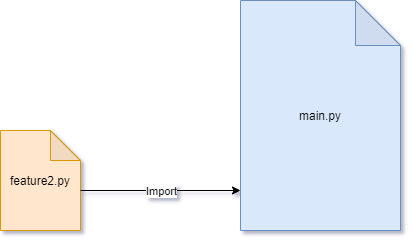
Before: docs/pics/ModulitF2.drawio.png, a diagram exported from draw.io (Raision-seudun-koulutuskuntayhtyma/Tietokannat). Source tidied: cells renumbered, new cells last; positions are measured from the earlier drawing's top-left corner, leaving out a move shared by most shapes.
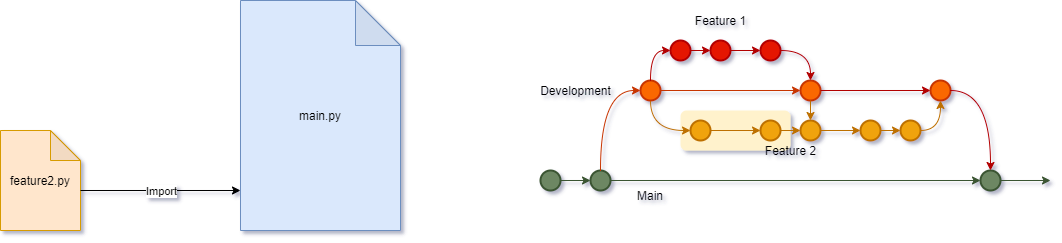
After the commit.

Change to the diagram source:
```diff
@@ -17,5 +17,135 @@
     <mxCell id="5" value="Import" style="edgeLabel;html=1;align=center;verticalAlign=middle;" parent="4" vertex="1">
       <mxGeometry relative="1" as="geometry" />
     </mxCell>
+    <mxCell id="6" style="group;" parent="1" vertex="1">
+      <mxGeometry x="530" y="10" width="520" height="200" as="geometry" />
+    </mxCell>
+    <mxCell id="7" style="rounded=1;whiteSpace=wrap;html=1;sketch=0;fillColor=#fff2cc;strokeColor=none;" parent="6" vertex="1">
+      <mxGeometry x="150" y="100" width="110" height="40" as="geometry" />
+    </mxCell>
+    <mxCell id="8" style="strokeWidth=2;html=1;shape=mxgraph.flowchart.start_2;whiteSpace=wrap;fillColor=#6d8764;strokeColor=#3A5431;fontColor=#ffffff;" parent="6" vertex="1">
+      <mxGeometry x="60" y="160" width="20" height="20" as="geometry" />
+    </mxCell>
+    <mxCell id="9" style="strokeWidth=2;html=1;shape=mxgraph.flowchart.start_2;whiteSpace=wrap;fillColor=#fa6800;strokeColor=#C73500;fontColor=#000000;" parent="6" vertex="1">
+      <mxGeometry x="110" y="70" width="20" height="20" as="geometry" />
+    </mxCell>
+    <mxCell id="10" style="edgeStyle=orthogonalEdgeStyle;curved=1;jettySize=auto;html=1;entryX=0;entryY=0.5;entryDx=0;entryDy=0;entryPerimeter=0;fillColor=#fa6800;strokeColor=#C73500;" parent="6" edge="1" source="8" target="9">
+      <mxGeometry relative="1" as="geometry">
+        <Array as="points">
+          <mxPoint x="70" y="80" />
+        </Array>
+      </mxGeometry>
+    </mxCell>
+    <mxCell id="11" style="strokeWidth=2;html=1;shape=mxgraph.flowchart.start_2;whiteSpace=wrap;fillColor=#e51400;strokeColor=#B20000;fontColor=#ffffff;" parent="6" vertex="1">
+      <mxGeometry x="140" y="30" width="20" height="20" as="geometry" />
+    </mxCell>
+    <mxCell id="12" style="edgeStyle=orthogonalEdgeStyle;curved=1;jettySize=auto;html=1;entryX=0;entryY=0.5;entryDx=0;entryDy=0;entryPerimeter=0;fillColor=#e51400;strokeColor=#B20000;" parent="6" edge="1" source="9" target="11">
+      <mxGeometry relative="1" as="geometry">
+        <Array as="points">
+          <mxPoint x="120" y="40" />
+        </Array>
+      </mxGeometry>
+    </mxCell>
+    <mxCell id="13" style="strokeWidth=2;html=1;shape=mxgraph.flowchart.start_2;whiteSpace=wrap;fillColor=#e51400;strokeColor=#B20000;fontColor=#ffffff;" parent="6" vertex="1">
+      <mxGeometry x="180" y="30" width="20" height="20" as="geometry" />
+    </mxCell>
+    <mxCell id="14" style="edgeStyle=orthogonalEdgeStyle;curved=1;jettySize=auto;html=1;entryX=0;entryY=0.5;entryDx=0;entryDy=0;entryPerimeter=0;fillColor=#e51400;strokeColor=#B20000;" parent="6" edge="1" source="11" target="13">
+      <mxGeometry relative="1" as="geometry" />
+    </mxCell>
+    <mxCell id="15" style="strokeWidth=2;html=1;shape=mxgraph.flowchart.start_2;whiteSpace=wrap;fillColor=#e51400;strokeColor=#B20000;fontColor=#ffffff;" parent="6" vertex="1">
+      <mxGeometry x="230" y="30" width="20" height="20" as="geometry" />
+    </mxCell>
+    <mxCell id="16" style="edgeStyle=orthogonalEdgeStyle;curved=1;jettySize=auto;html=1;entryX=0;entryY=0.5;entryDx=0;entryDy=0;entryPerimeter=0;fillColor=#e51400;strokeColor=#B20000;" parent="6" edge="1" source="13" target="15">
+      <mxGeometry relative="1" as="geometry" />
+    </mxCell>
+    <mxCell id="17" style="strokeWidth=2;html=1;shape=mxgraph.flowchart.start_2;whiteSpace=wrap;fillColor=#f0a30a;strokeColor=#BD7000;fontColor=#000000;" parent="6" vertex="1">
+      <mxGeometry x="160" y="110" width="20" height="20" as="geometry" />
+    </mxCell>
+    <mxCell id="18" style="edgeStyle=orthogonalEdgeStyle;curved=1;jettySize=auto;html=1;entryX=0;entryY=0.5;entryDx=0;entryDy=0;entryPerimeter=0;fillColor=#f0a30a;strokeColor=#BD7000;" parent="6" edge="1" source="9" target="17">
+      <mxGeometry relative="1" as="geometry">
+        <Array as="points">
+          <mxPoint x="120" y="120" />
+        </Array>
+      </mxGeometry>
+    </mxCell>
+    <mxCell id="19" style="strokeWidth=2;html=1;shape=mxgraph.flowchart.start_2;whiteSpace=wrap;fillColor=#f0a30a;strokeColor=#BD7000;fontColor=#000000;" parent="6" vertex="1">
+      <mxGeometry x="230" y="110" width="20" height="20" as="geometry" />
+    </mxCell>
+    <mxCell id="20" style="edgeStyle=orthogonalEdgeStyle;curved=1;jettySize=auto;html=1;entryX=0;entryY=0.5;entryDx=0;entryDy=0;entryPerimeter=0;fillColor=#f0a30a;strokeColor=#BD7000;" parent="6" edge="1" source="17" target="19">
+      <mxGeometry relative="1" as="geometry" />
+    </mxCell>
+    <mxCell id="21" style="strokeWidth=2;html=1;shape=mxgraph.flowchart.start_2;whiteSpace=wrap;fillColor=#f0a30a;strokeColor=#BD7000;fontColor=#000000;" parent="6" vertex="1">
+      <mxGeometry x="330" y="110" width="20" height="20" as="geometry" />
+    </mxCell>
+    <mxCell id="22" style="strokeWidth=2;html=1;shape=mxgraph.flowchart.start_2;whiteSpace=wrap;fillColor=#fa6800;strokeColor=#C73500;fontColor=#000000;" parent="6" vertex="1">
+      <mxGeometry x="270" y="70" width="20" height="20" as="geometry" />
+    </mxCell>
+    <mxCell id="23" style="edgeStyle=orthogonalEdgeStyle;curved=1;jettySize=auto;html=1;entryX=0;entryY=0.5;entryDx=0;entryDy=0;entryPerimeter=0;fillColor=#fa6800;strokeColor=#C73500;" parent="6" edge="1" source="9" target="22">
+      <mxGeometry relative="1" as="geometry" />
+    </mxCell>
+    <mxCell id="24" style="edgeStyle=orthogonalEdgeStyle;curved=1;jettySize=auto;html=1;entryX=0.5;entryY=0;entryDx=0;entryDy=0;entryPerimeter=0;fillColor=#e51400;strokeColor=#B20000;" parent="6" edge="1" source="15" target="22">
+      <mxGeometry relative="1" as="geometry" />
+    </mxCell>
+    <mxCell id="25" style="edgeStyle=orthogonalEdgeStyle;curved=1;jettySize=auto;html=1;fillColor=#f0a30a;strokeColor=#BD7000;" parent="6" edge="1" source="26">
+      <mxGeometry relative="1" as="geometry">
+        <mxPoint x="330" y="120" as="targetPoint" />
+      </mxGeometry>
+    </mxCell>
+    <mxCell id="26" style="strokeWidth=2;html=1;shape=mxgraph.flowchart.start_2;whiteSpace=wrap;fillColor=#f0a30a;strokeColor=#BD7000;fontColor=#000000;" parent="6" vertex="1">
+      <mxGeometry x="270" y="110" width="20" height="20" as="geometry" />
+    </mxCell>
+    <mxCell id="27" style="edgeStyle=orthogonalEdgeStyle;curved=1;jettySize=auto;html=1;entryX=0;entryY=0.5;entryDx=0;entryDy=0;entryPerimeter=0;fillColor=#f0a30a;strokeColor=#BD7000;" parent="6" edge="1" source="19" target="26">
+      <mxGeometry relative="1" as="geometry" />
+    </mxCell>
+    <mxCell id="28" style="edgeStyle=orthogonalEdgeStyle;curved=1;jettySize=auto;html=1;fillColor=#f0a30a;strokeColor=#BD7000;" parent="6" edge="1" source="22" target="26">
+      <mxGeometry relative="1" as="geometry" />
+    </mxCell>
+    <mxCell id="29" style="strokeWidth=2;html=1;shape=mxgraph.flowchart.start_2;whiteSpace=wrap;fillColor=#f0a30a;strokeColor=#BD7000;fontColor=#000000;" parent="6" vertex="1">
+      <mxGeometry x="370" y="110" width="20" height="20" as="geometry" />
+    </mxCell>
+    <mxCell id="30" style="edgeStyle=orthogonalEdgeStyle;curved=1;jettySize=auto;html=1;entryX=0;entryY=0.5;entryDx=0;entryDy=0;entryPerimeter=0;fillColor=#f0a30a;strokeColor=#BD7000;" parent="6" edge="1" source="21" target="29">
+      <mxGeometry relative="1" as="geometry" />
+    </mxCell>
+    <mxCell id="31" style="strokeWidth=2;html=1;shape=mxgraph.flowchart.start_2;whiteSpace=wrap;fillColor=#fa6800;strokeColor=#C73500;fontColor=#000000;" parent="6" vertex="1">
+      <mxGeometry x="400" y="70" width="20" height="20" as="geometry" />
+    </mxCell>
+    <mxCell id="32" style="edgeStyle=orthogonalEdgeStyle;curved=1;jettySize=auto;html=1;entryX=0;entryY=0.5;entryDx=0;entryDy=0;entryPerimeter=0;fillColor=#e51400;strokeColor=#B20000;" parent="6" edge="1" source="22" target="31">
+      <mxGeometry relative="1" as="geometry" />
+    </mxCell>
+    <mxCell id="33" style="edgeStyle=orthogonalEdgeStyle;curved=1;jettySize=auto;html=1;entryX=0.5;entryY=1;entryDx=0;entryDy=0;entryPerimeter=0;fillColor=#f0a30a;strokeColor=#BD7000;" parent="6" edge="1" source="29" target="31">
+      <mxGeometry relative="1" as="geometry" />
+    </mxCell>
+    <mxCell id="34" style="edgeStyle=orthogonalEdgeStyle;curved=1;jettySize=auto;html=1;fillColor=#6d8764;strokeColor=#3A5431;" parent="6" edge="1" source="35">
+      <mxGeometry relative="1" as="geometry">
+        <mxPoint x="520" y="170" as="targetPoint" />
+      </mxGeometry>
+    </mxCell>
+    <mxCell id="35" style="strokeWidth=2;html=1;shape=mxgraph.flowchart.start_2;whiteSpace=wrap;fillColor=#6d8764;strokeColor=#3A5431;fontColor=#ffffff;" parent="6" vertex="1">
+      <mxGeometry x="450" y="160" width="20" height="20" as="geometry" />
+    </mxCell>
+    <mxCell id="36" style="edgeStyle=orthogonalEdgeStyle;curved=1;jettySize=auto;html=1;fillColor=#6d8764;strokeColor=#3A5431;" parent="6" edge="1" source="8" target="35">
+      <mxGeometry relative="1" as="geometry" />
+    </mxCell>
+    <mxCell id="37" style="edgeStyle=orthogonalEdgeStyle;curved=1;jettySize=auto;html=1;entryX=0.5;entryY=0;entryDx=0;entryDy=0;entryPerimeter=0;fillColor=#e51400;strokeColor=#B20000;" parent="6" edge="1" source="31" target="35">
+      <mxGeometry relative="1" as="geometry" />
+    </mxCell>
+    <mxCell id="38" value="Main" style="text;html=1;strokeColor=none;fillColor=none;align=center;verticalAlign=middle;whiteSpace=wrap;rounded=0;" parent="6" vertex="1">
+      <mxGeometry x="90" y="170" width="60" height="30" as="geometry" />
+    </mxCell>
+    <mxCell id="39" value="Development" style="text;html=1;align=center;verticalAlign=middle;strokeColor=none;fillColor=none;" parent="6" vertex="1">
+      <mxGeometry y="70" width="90" height="20" as="geometry" />
+    </mxCell>
+    <mxCell id="40" value="Feature 1" style="text;html=1;align=center;verticalAlign=middle;strokeColor=none;fillColor=none;" parent="6" vertex="1">
+      <mxGeometry x="155" width="70" height="20" as="geometry" />
+    </mxCell>
+    <mxCell id="41" value="Feature 2" style="text;html=1;align=center;verticalAlign=middle;strokeColor=none;fillColor=none;" parent="6" vertex="1">
+      <mxGeometry x="225" y="130" width="70" height="20" as="geometry" />
+    </mxCell>
+    <mxCell id="42" style="edgeStyle=orthogonalEdgeStyle;curved=1;jettySize=auto;html=1;entryX=0;entryY=0.5;entryDx=0;entryDy=0;entryPerimeter=0;fillColor=#6d8764;strokeColor=#3A5431;" parent="6" edge="1" source="43" target="8">
+      <mxGeometry relative="1" as="geometry" />
+    </mxCell>
+    <mxCell id="43" style="strokeWidth=2;html=1;shape=mxgraph.flowchart.start_2;whiteSpace=wrap;fillColor=#6d8764;strokeColor=#3A5431;fontColor=#ffffff;" parent="6" vertex="1">
+      <mxGeometry x="10" y="160" width="20" height="20" as="geometry" />
+    </mxCell>
   </root>
 </mxGraphModel>
```
